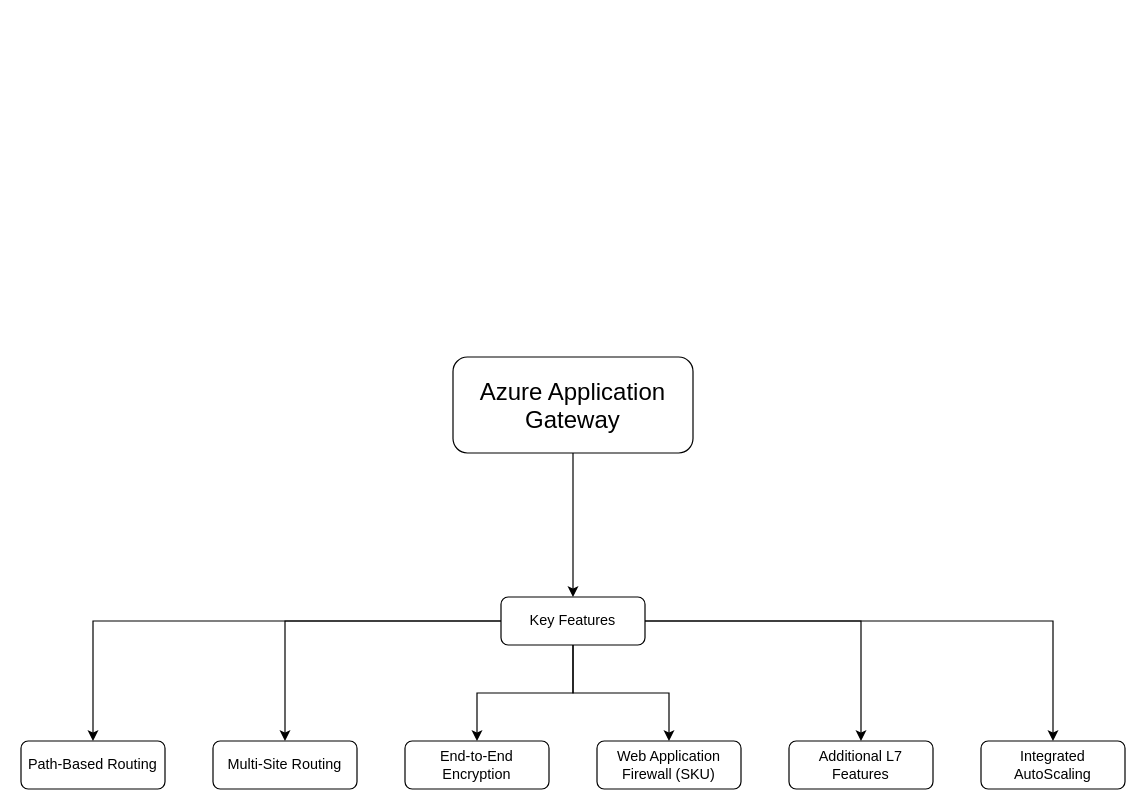
Before: page "Application Gateway" (3 of 4) of Cloud/Azure/Azure Load Balancing & Connectivity.drawio in FilledVaccum/MindMaps, a draw.io diagram. Source tidied: cells renumbered, new cells numbered last; positions are measured from the earlier drawing's top-left corner, leaving out a move shared by most shapes. Both pictures are drawn from the tidied source at 120%, with x=0, y=0 at pixel (20, 356).
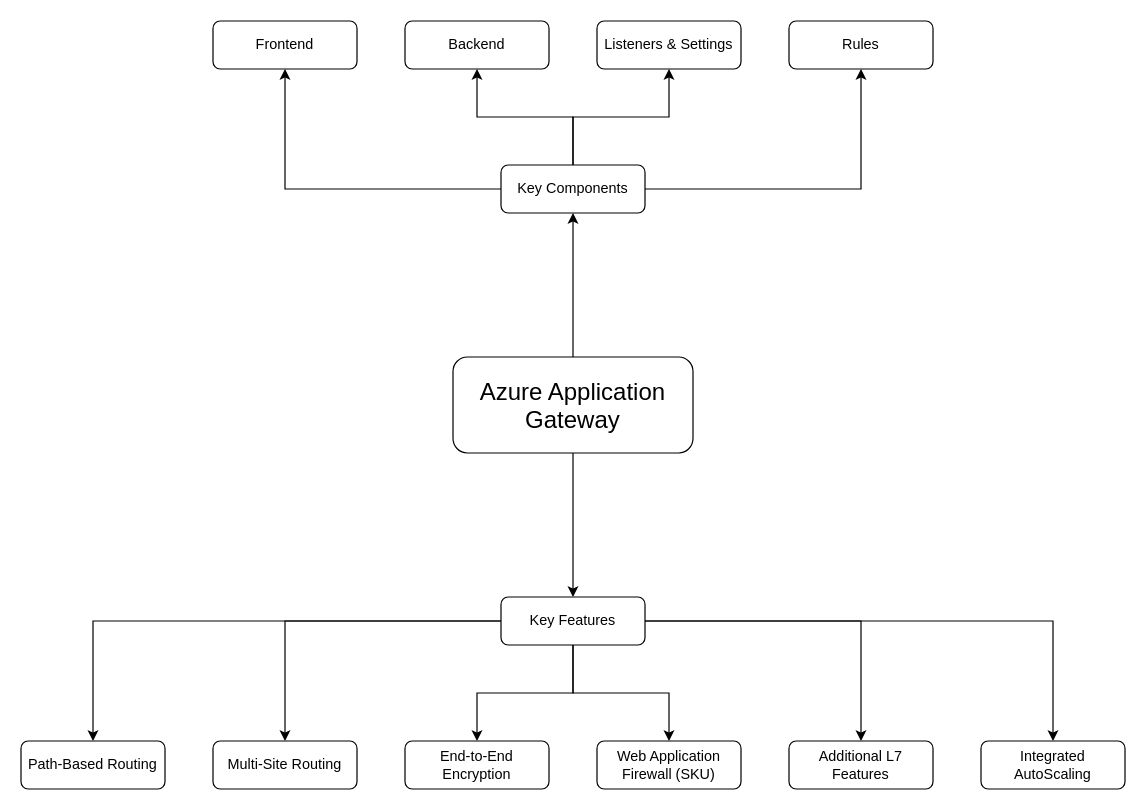
The same page after the edit.

The change refers to these unchanged cells:
```xml
<mxCell id="3" value="&lt;font face=&quot;Rubik&quot; style=&quot;font-size: 20px;&quot;&gt;Azure Application Gateway&lt;br&gt;&lt;/font&gt;" style="rounded=1;whiteSpace=wrap;html=1;" parent="1" vertex="1">
  <mxGeometry x="360" width="200" height="80" as="geometry" />
</mxCell>
```

What changed in the source:
```diff
@@
+    <mxCell id="17" style="edgeStyle=orthogonalEdgeStyle;rounded=0;jettySize=auto;html=1;" parent="1" edge="1" source="3" target="22">
+      <mxGeometry relative="1" as="geometry" />
+    </mxCell>
@@
+    <mxCell id="18" style="edgeStyle=orthogonalEdgeStyle;rounded=0;jettySize=auto;html=1;" parent="1" edge="1" source="22" target="23">
+      <mxGeometry relative="1" as="geometry" />
+    </mxCell>
+    <mxCell id="19" style="edgeStyle=orthogonalEdgeStyle;rounded=0;jettySize=auto;html=1;" parent="1" edge="1" source="22" target="24">
+      <mxGeometry relative="1" as="geometry" />
+    </mxCell>
+    <mxCell id="20" style="edgeStyle=orthogonalEdgeStyle;rounded=0;jettySize=auto;html=1;" parent="1" edge="1" source="22" target="25">
+      <mxGeometry relative="1" as="geometry" />
+    </mxCell>
+    <mxCell id="21" style="edgeStyle=orthogonalEdgeStyle;rounded=0;jettySize=auto;html=1;" parent="1" edge="1" source="22" target="26">
+      <mxGeometry relative="1" as="geometry" />
+    </mxCell>
+    <mxCell id="22" value="Key Components" style="whiteSpace=wrap;html=1;rounded=1;" parent="1" vertex="1">
+      <mxGeometry x="400" y="-160" width="120" height="40" as="geometry" />
+    </mxCell>
+    <mxCell id="23" value="Frontend" style="whiteSpace=wrap;html=1;rounded=1;" parent="1" vertex="1">
+      <mxGeometry x="160" y="-280" width="120" height="40" as="geometry" />
+    </mxCell>
+    <mxCell id="24" value="Backend" style="whiteSpace=wrap;html=1;rounded=1;" parent="1" vertex="1">
+      <mxGeometry x="320" y="-280" width="120" height="40" as="geometry" />
+    </mxCell>
+    <mxCell id="25" value="Listeners &amp;amp; Settings" style="whiteSpace=wrap;html=1;rounded=1;" parent="1" vertex="1">
+      <mxGeometry x="480" y="-280" width="120" height="40" as="geometry" />
+    </mxCell>
+    <mxCell id="26" value="Rules" style="whiteSpace=wrap;html=1;rounded=1;" parent="1" vertex="1">
+      <mxGeometry x="640" y="-280" width="120" height="40" as="geometry" />
+    </mxCell>
```
